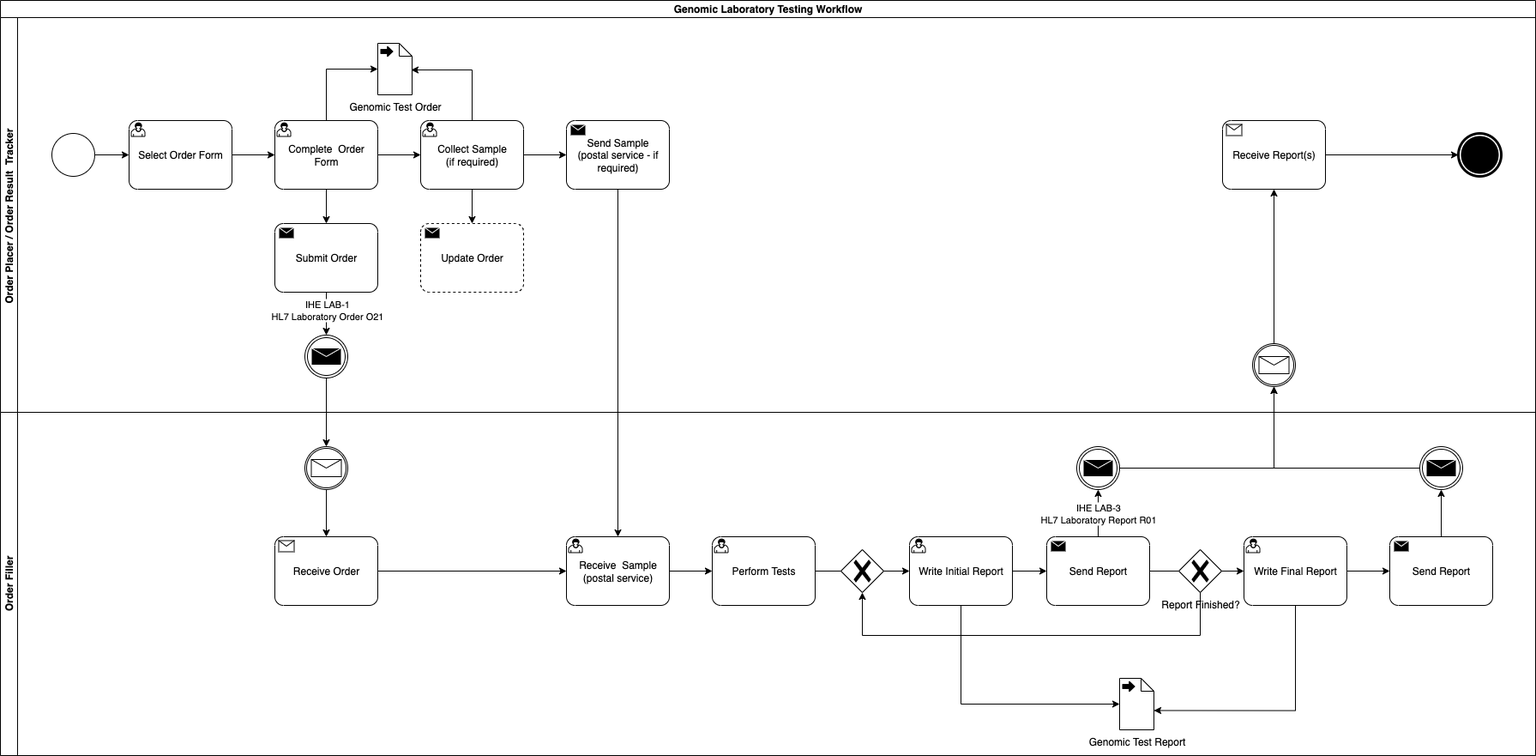
The draw.io diagram input/images/LTW Use Case 1 and 2.drawio.png in nw-gmsa/nw-gmsa.github.com, before a commit. Source tidied: cells renumbered, new cells last; positions are measured from the earlier drawing's top-left corner, leaving out a move shared by most shapes.
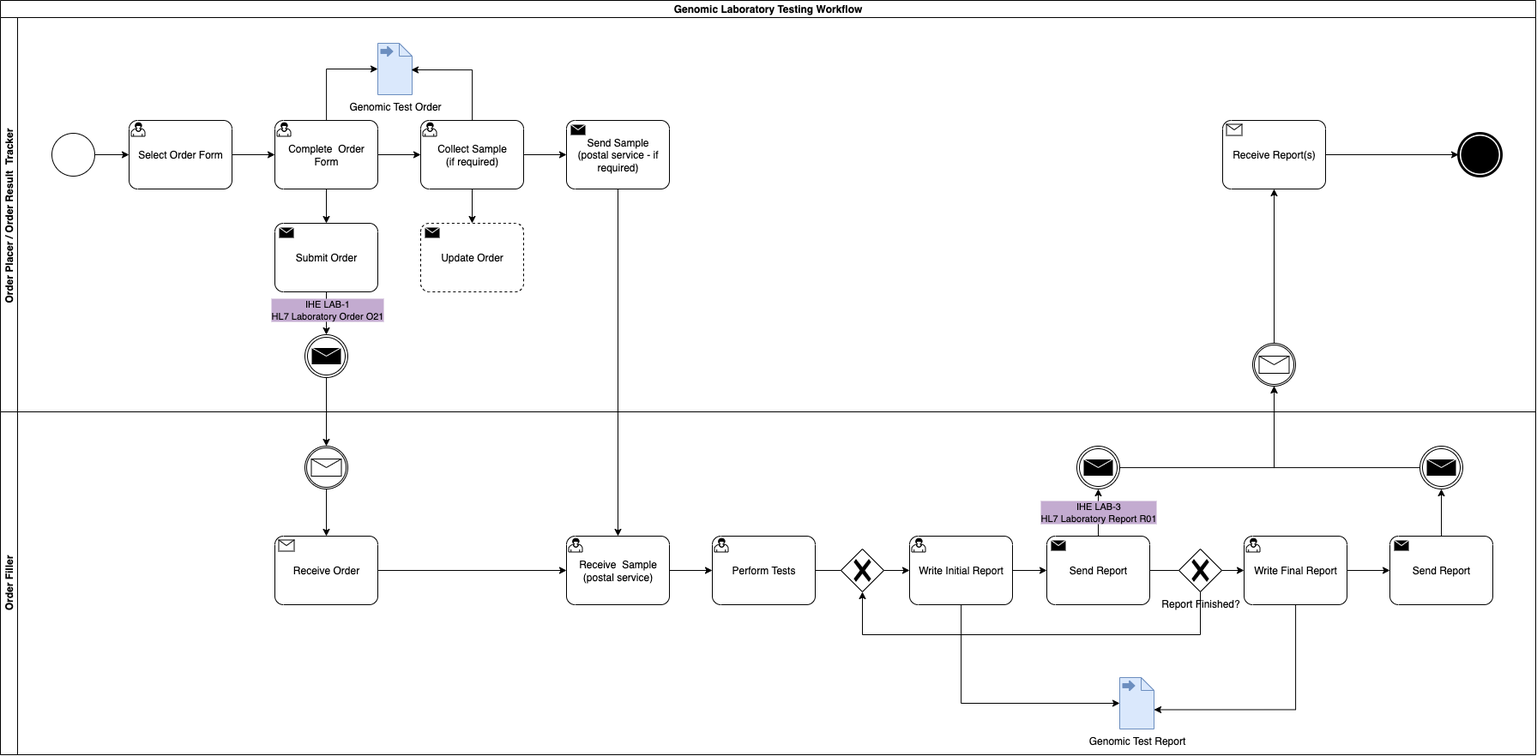
Later version of the same file.

What changed in the source:
```diff
@@ -32,7 +32,7 @@
     <mxCell id="11" style="edgeStyle=orthogonalEdgeStyle;rounded=0;jettySize=auto;html=1;entryX=0.5;entryY=0;entryDx=0;entryDy=0;entryPerimeter=0;" parent="3" edge="1" source="9" target="10">
       <mxGeometry relative="1" as="geometry" />
     </mxCell>
-    <mxCell id="12" value="Genomic Test Order" style="shape=mxgraph.bpmn.data2;labelPosition=center;verticalLabelPosition=bottom;align=center;verticalAlign=top;size=15;html=1;bpmnTransferType=output;" parent="3" vertex="1">
+    <mxCell id="12" value="Genomic Test Order" style="shape=mxgraph.bpmn.data2;labelPosition=center;verticalLabelPosition=bottom;align=center;verticalAlign=top;size=15;html=1;bpmnTransferType=output;fillColor=#dae8fc;strokeColor=#6c8ebf;" parent="3" vertex="1">
       <mxGeometry x="440" y="30" width="40" height="60" as="geometry" />
     </mxCell>
     <mxCell id="13" style="edgeStyle=orthogonalEdgeStyle;rounded=0;jettySize=auto;html=1;entryX=0;entryY=0.5;entryDx=0;entryDy=0;entryPerimeter=0;" parent="3" edge="1" source="9" target="12">
@@ -75,7 +75,7 @@
     <mxCell id="24" style="edgeStyle=orthogonalEdgeStyle;rounded=0;jettySize=auto;html=1;entryX=0.5;entryY=0;entryDx=0;entryDy=0;entryPerimeter=0;" parent="3" edge="1" source="10" target="23">
       <mxGeometry relative="1" as="geometry" />
     </mxCell>
-    <mxCell id="25" value="IHE LAB-1&lt;br&gt;HL7 Laboratory Order O21" style="edgeLabel;html=1;align=center;verticalAlign=middle;" parent="24" vertex="1">
+    <mxCell id="25" value="IHE LAB-1&lt;br&gt;HL7 Laboratory Order O21" style="edgeLabel;html=1;align=center;verticalAlign=middle;labelBackgroundColor=light-dark(#C3ABD0,#C3ABD0);" parent="24" vertex="1">
       <mxGeometry x="-0.18" relative="1" as="geometry" />
     </mxCell>
     <mxCell id="26" style="points=[[0.145,0.145,0],[0.5,0,0],[0.855,0.145,0],[1,0.5,0],[0.855,0.855,0],[0.5,1,0],[0.145,0.855,0],[0,0.5,0]];shape=mxgraph.bpmn.event;html=1;verticalLabelPosition=bottom;labelBackgroundColor=#ffffff;verticalAlign=top;align=center;perimeter=ellipsePerimeter;outlineConnect=0;outline=catching;symbol=message;" parent="3" vertex="1">
@@ -108,7 +108,7 @@
     <mxCell id="35" value="Send Report" style="points=[[0.25,0,0],[0.5,0,0],[0.75,0,0],[1,0.25,0],[1,0.5,0],[1,0.75,0],[0.75,1,0],[0.5,1,0],[0.25,1,0],[0,0.75,0],[0,0.5,0],[0,0.25,0]];shape=mxgraph.bpmn.task2;whiteSpace=wrap;rectStyle=rounded;size=10;html=1;taskMarker=send;" parent="28" vertex="1">
       <mxGeometry x="1220" y="145" width="120" height="80" as="geometry" />
     </mxCell>
-    <mxCell id="36" value="Genomic Test Report" style="shape=mxgraph.bpmn.data2;labelPosition=center;verticalLabelPosition=bottom;align=center;verticalAlign=top;size=15;html=1;bpmnTransferType=output;" parent="28" vertex="1">
+    <mxCell id="36" value="Genomic Test Report" style="shape=mxgraph.bpmn.data2;labelPosition=center;verticalLabelPosition=bottom;align=center;verticalAlign=top;size=15;html=1;bpmnTransferType=output;fillColor=#dae8fc;strokeColor=#6c8ebf;" parent="28" vertex="1">
       <mxGeometry x="1305" y="310" width="40" height="60" as="geometry" />
     </mxCell>
     <mxCell id="37" value="Receive&amp;nbsp; Sample&lt;br&gt;(postal service)" style="points=[[0.25,0,0],[0.5,0,0],[0.75,0,0],[1,0.25,0],[1,0.5,0],[1,0.75,0],[0.75,1,0],[0.5,1,0],[0.25,1,0],[0,0.75,0],[0,0.5,0],[0,0.25,0]];shape=mxgraph.bpmn.task2;whiteSpace=wrap;rectStyle=rounded;size=10;html=1;taskMarker=user;bpmnShapeType=task;" parent="28" vertex="1">
@@ -126,7 +126,7 @@
     <mxCell id="41" style="edgeStyle=orthogonalEdgeStyle;rounded=0;jettySize=auto;html=1;entryX=0.5;entryY=1;entryDx=0;entryDy=0;entryPerimeter=0;" parent="28" edge="1" source="35" target="40">
       <mxGeometry relative="1" as="geometry" />
     </mxCell>
-    <mxCell id="42" value="IHE LAB-3&lt;br&gt;HL7 Laboratory Report R01" style="edgeLabel;html=1;align=center;verticalAlign=middle;" parent="41" vertex="1">
+    <mxCell id="42" value="IHE LAB-3&lt;br&gt;HL7 Laboratory Report R01" style="edgeLabel;html=1;align=center;verticalAlign=middle;labelBackgroundColor=light-dark(#C3ABD0,#C3ABD0);" parent="41" vertex="1">
       <mxGeometry x="0.04" y="1" relative="1" as="geometry" />
     </mxCell>
     <mxCell id="43" style="points=[[0.145,0.145,0],[0.5,0,0],[0.855,0.145,0],[1,0.5,0],[0.855,0.855,0],[0.5,1,0],[0.145,0.855,0],[0,0.5,0]];shape=mxgraph.bpmn.event;html=1;verticalLabelPosition=bottom;labelBackgroundColor=#ffffff;verticalAlign=top;align=center;perimeter=ellipsePerimeter;outlineConnect=0;outline=throwing;symbol=message;" parent="28" vertex="1">
```
